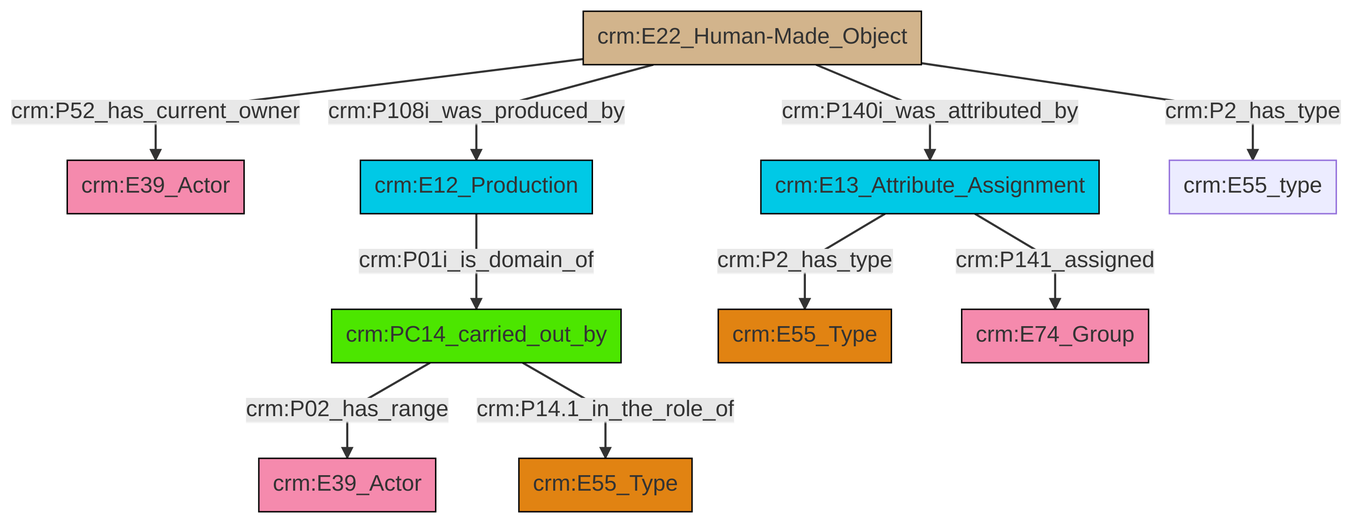
Above: et/builtWorkCSV/ttl/mmd/png/Built_Work_actor_relations.png in swiss-art-research-net/docs.swissartresearch (Mermaid), before the change. Its source is kept beside it as et/builtWorkCSV/ttl/mmd/Built_Work_actor_relations.ttl.mmd.
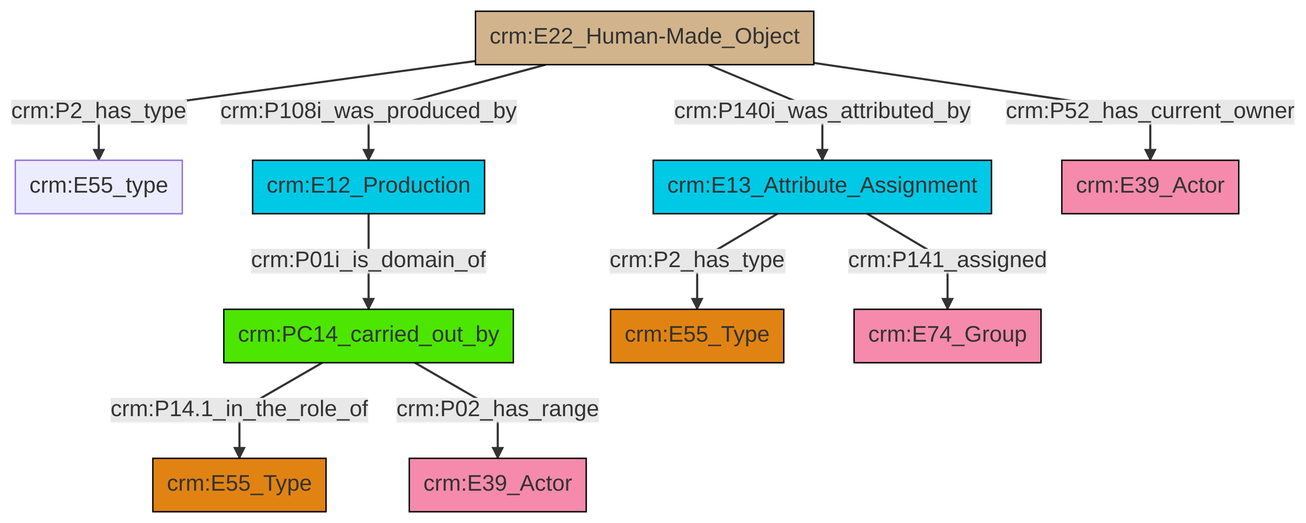
After the change.

Change to the diagram source:
```diff
@@ -13,12 +13,12 @@
 classDef PC_Classes fill:#4ce600, stroke:#000000;
 classDef Multi fill:#cccccc,stroke:#000000;
 
-2["crm:E22_Human-Made_Object"]:::Physical_Thing -->|crm:P52_has_current_owner| 3["crm:E39_Actor"]:::Actor
-2["crm:E22_Human-Made_Object"]:::Physical_Thing -->|crm:P108i_was_produced_by| 4["crm:E12_Production"]:::Temporal_Entity
+0["crm:PC14_carried_out_by"]:::PC_Classes -->|crm:P14.1_in_the_role_of| 1["crm:E55_Type"]:::Type
+2["crm:E22_Human-Made_Object"]:::Physical_Thing -->|crm:P2_has_type| 3["crm:E55_type"]:::Default
 0["crm:PC14_carried_out_by"]:::PC_Classes -->|crm:P02_has_range| 5["crm:E39_Actor"]:::Actor
-10["crm:E13_Attribute_Assignment"]:::Temporal_Entity -->|crm:P141_assigned| 11["crm:E74_Group"]:::Actor
-10["crm:E13_Attribute_Assignment"]:::Temporal_Entity -->|crm:P2_has_type| 8["crm:E55_Type"]:::Type
-0["crm:PC14_carried_out_by"]:::PC_Classes -->|crm:P14.1_in_the_role_of| 6["crm:E55_Type"]:::Type
-2["crm:E22_Human-Made_Object"]:::Physical_Thing -->|crm:P140i_was_attributed_by| 10["crm:E13_Attribute_Assignment"]:::Temporal_Entity
-4["crm:E12_Production"]:::Temporal_Entity -->|crm:P01i_is_domain_of| 0["crm:PC14_carried_out_by"]:::PC_Classes
-2["crm:E22_Human-Made_Object"]:::Physical_Thing -->|crm:P2_has_type| 13["crm:E55_type"]:::Default
+2["crm:E22_Human-Made_Object"]:::Physical_Thing -->|crm:P108i_was_produced_by| 12["crm:E12_Production"]:::Temporal_Entity
+8["crm:E13_Attribute_Assignment"]:::Temporal_Entity -->|crm:P2_has_type| 6["crm:E55_Type"]:::Type
+8["crm:E13_Attribute_Assignment"]:::Temporal_Entity -->|crm:P141_assigned| 17["crm:E74_Group"]:::Actor
+2["crm:E22_Human-Made_Object"]:::Physical_Thing -->|crm:P52_has_current_owner| 13["crm:E39_Actor"]:::Actor
+12["crm:E12_Production"]:::Temporal_Entity -->|crm:P01i_is_domain_of| 0["crm:PC14_carried_out_by"]:::PC_Classes
+2["crm:E22_Human-Made_Object"]:::Physical_Thing -->|crm:P140i_was_attributed_by| 8["crm:E13_Attribute_Assignment"]:::Temporal_Entity
```
